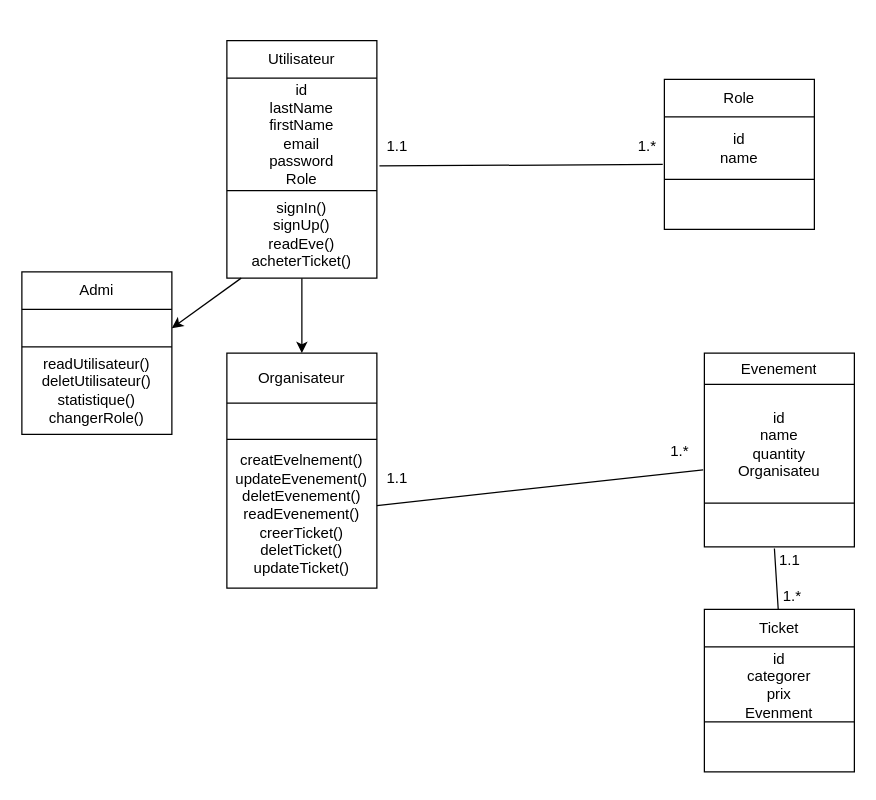
Before: uml/DiagramDeClass.drawio in Bilal-EZ-ZAIM/You-Event-, a draw.io diagram. Source tidied: cells renumbered, new cells numbered last; positions are measured from the earlier drawing's top-left corner, leaving out a move shared by most shapes. Both pictures are drawn from the tidied source at 125%, with x=0, y=0 at pixel (21, 40).
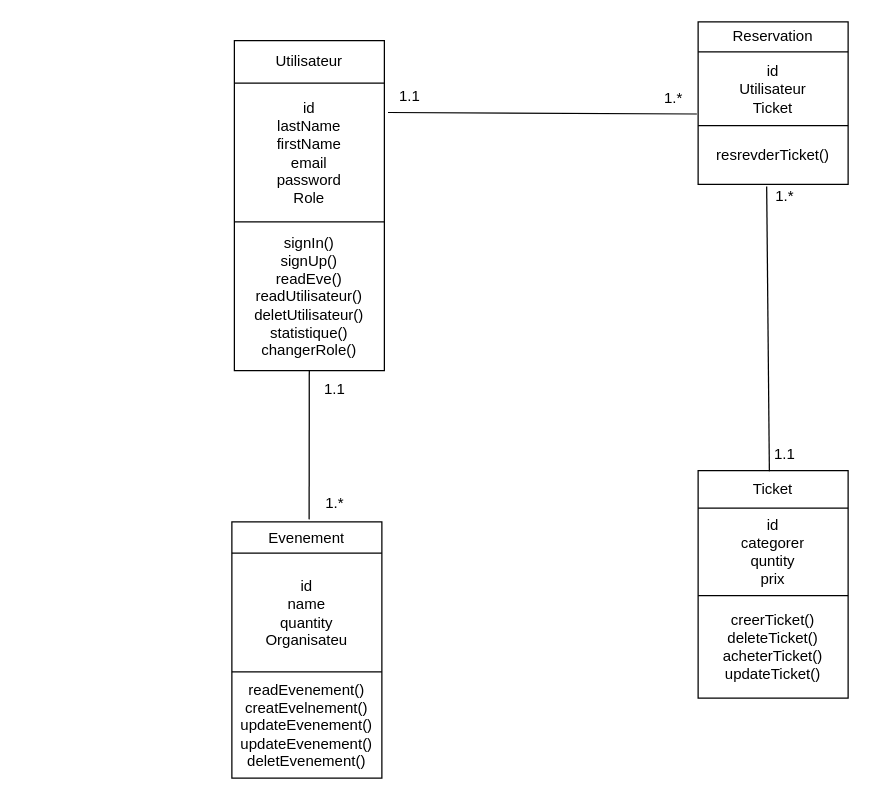
After the change.

Commit message:
modification de diagramme de class

The change refers to these unchanged cells:
```xml
<mxCell id="18" style="shape=tableRow;horizontal=0;startSize=0;swimlaneHead=0;swimlaneBody=0;top=0;left=0;bottom=0;right=0;fillColor=none;points=[[0,0.5],[1,0.5]];portConstraint=eastwest;" parent="17" vertex="1">
  <mxGeometry width="120" height="30" as="geometry" />
</mxCell>
<mxCell id="25" style="shape=tableRow;horizontal=0;startSize=0;swimlaneHead=0;swimlaneBody=0;top=0;left=0;bottom=0;right=0;fillColor=none;points=[[0,0.5],[1,0.5]];portConstraint=eastwest;" parent="24" vertex="1">
  <mxGeometry width="120" height="25" as="geometry" />
</mxCell>
<mxCell id="27" style="shape=tableRow;horizontal=0;startSize=0;swimlaneHead=0;swimlaneBody=0;top=0;left=0;bottom=0;right=0;fillColor=none;points=[[0,0.5],[1,0.5]];portConstraint=eastwest;" parent="24" vertex="1">
  <mxGeometry y="25" width="120" height="95" as="geometry" />
</mxCell>
```

What changed in the source:
```diff
@@
-    <mxCell id="2" style="edgeStyle=none;html=1;" parent="1" edge="1" source="3" target="11">
-      <mxGeometry relative="1" as="geometry" />
-    </mxCell>
     <mxCell id="3" style="shape=table;startSize=0;childLayout=tableLayout;" parent="1" vertex="1">
-      <mxGeometry x="164" width="120" height="190" as="geometry" />
+      <mxGeometry x="170" width="120" height="264" as="geometry" />
     </mxCell>
     <mxCell id="4" style="shape=tableRow;horizontal=0;startSize=0;swimlaneHead=0;swimlaneBody=0;top=0;left=0;bottom=0;right=0;fillColor=none;" parent="3" vertex="1">
-      <mxGeometry width="120" height="30" as="geometry" />
+      <mxGeometry width="120" height="34" as="geometry" />
     </mxCell>
     <mxCell id="5" value="Utilisateur" style="shape=partialRectangle;html=1;whiteSpace=wrap;overflow=hidden;fillColor=none;top=0;left=0;bottom=0;right=0;" parent="4" vertex="1">
-      <mxGeometry width="120" height="30" as="geometry" />
+      <mxGeometry width="120" height="34" as="geometry" />
     </mxCell>
     <mxCell id="6" style="shape=tableRow;horizontal=0;startSize=0;swimlaneHead=0;swimlaneBody=0;top=0;left=0;bottom=0;right=0;fillColor=none;points=[[0,0.5],[1,0.5]];portConstraint=eastwest;" parent="3" vertex="1">
-      <mxGeometry y="30" width="120" height="90" as="geometry" />
+      <mxGeometry y="34" width="120" height="111" as="geometry" />
     </mxCell>
-    <mxCell id="7" value="id&lt;br&gt;lastName&lt;br&gt;firstName&lt;br&gt;email&lt;br&gt;password&lt;br&gt;Role" style="shape=partialRectangle;html=1;whiteSpace=wrap;overflow=hidden;fillColor=none;top=0;left=0;bottom=0;right=0;" parent="6" vertex="1">
-      <mxGeometry width="120" height="90" as="geometry" />
+    <mxCell id="7" value="id&lt;br&gt;lastName&lt;br&gt;firstName&lt;br&gt;email&lt;br&gt;password&lt;br&gt;Role&lt;br&gt;" style="shape=partialRectangle;html=1;whiteSpace=wrap;overflow=hidden;fillColor=none;top=0;left=0;bottom=0;right=0;" parent="6" vertex="1">
+      <mxGeometry width="120" height="111" as="geometry" />
     </mxCell>
     <mxCell id="8" style="shape=tableRow;horizontal=0;startSize=0;swimlaneHead=0;swimlaneBody=0;top=0;left=0;bottom=0;right=0;fillColor=none;points=[[0,0.5],[1,0.5]];portConstraint=eastwest;" parent="3" vertex="1">
-      <mxGeometry y="120" width="120" height="70" as="geometry" />
+      <mxGeometry y="145" width="120" height="119" as="geometry" />
     </mxCell>
-    <mxCell id="9" value="signIn()&lt;br&gt;signUp()&lt;br&gt;readEve()&lt;br&gt;acheterTicket()" style="shape=partialRectangle;html=1;whiteSpace=wrap;overflow=hidden;fillColor=none;top=0;left=0;bottom=0;right=0;" parent="8" vertex="1">
-      <mxGeometry width="120" height="70" as="geometry" />
+    <mxCell id="9" value="signIn()&lt;br&gt;signUp()&lt;br&gt;readEve()&lt;br&gt;readUtilisateur()&lt;br&gt;deletUtilisateur()&lt;br&gt;statistique()&lt;br&gt;changerRole()" style="shape=partialRectangle;html=1;whiteSpace=wrap;overflow=hidden;fillColor=none;top=0;left=0;bottom=0;right=0;" parent="8" vertex="1">
+      <mxGeometry width="120" height="119" as="geometry" />
     </mxCell>
-    <mxCell id="10" style="shape=table;startSize=0;childLayout=tableLayout;" parent="1" vertex="1">
-      <mxGeometry x="164" y="250" width="120" height="188" as="geometry" />
-    </mxCell>
-    <mxCell id="11" style="shape=tableRow;horizontal=0;startSize=0;swimlaneHead=0;swimlaneBody=0;top=0;left=0;bottom=0;right=0;fillColor=none;points=[[0,0.5],[1,0.5]];portConstraint=eastwest;" parent="10" vertex="1">
-      <mxGeometry width="120" height="40" as="geometry" />
-    </mxCell>
-    <mxCell id="12" value="Organisateur" style="shape=partialRectangle;html=1;whiteSpace=wrap;overflow=hidden;fillColor=none;top=0;left=0;bottom=0;right=0;" parent="11" vertex="1">
-      <mxGeometry width="120" height="40" as="geometry" />
-    </mxCell>
-    <mxCell id="13" style="shape=tableRow;horizontal=0;startSize=0;swimlaneHead=0;swimlaneBody=0;top=0;left=0;bottom=0;right=0;fillColor=none;" parent="10" vertex="1">
-      <mxGeometry y="40" width="120" height="29" as="geometry" />
-    </mxCell>
-    <mxCell id="14" style="shape=partialRectangle;html=1;whiteSpace=wrap;overflow=hidden;fillColor=none;top=0;left=0;bottom=0;right=0;" parent="13" vertex="1">
-      <mxGeometry width="120" height="29" as="geometry" />
-    </mxCell>
-    <mxCell id="15" style="shape=tableRow;horizontal=0;startSize=0;swimlaneHead=0;swimlaneBody=0;top=0;left=0;bottom=0;right=0;fillColor=none;points=[[0,0.5],[1,0.5]];portConstraint=eastwest;" parent="10" vertex="1">
-      <mxGeometry y="69" width="120" height="119" as="geometry" />
-    </mxCell>
-    <mxCell id="16" value="creatEvelnement()&lt;br&gt;updateEvenement()&lt;br&gt;deletEvenement()&lt;br&gt;readEvenement()&lt;br&gt;creerTicket()&lt;br&gt;deletTicket()&lt;br&gt;updateTicket()" style="shape=partialRectangle;html=1;whiteSpace=wrap;overflow=hidden;fillColor=none;top=0;left=0;bottom=0;right=0;" parent="15" vertex="1">
-      <mxGeometry width="120" height="119" as="geometry" />
-    </mxCell>
     <mxCell id="17" style="shape=table;startSize=0;childLayout=tableLayout;" parent="1" vertex="1">
-      <mxGeometry x="546" y="455" width="120" height="130" as="geometry" />
+      <mxGeometry x="541" y="344" width="120" height="182" as="geometry" />
     </mxCell>
@@
     <mxCell id="20" style="shape=tableRow;horizontal=0;startSize=0;swimlaneHead=0;swimlaneBody=0;top=0;left=0;bottom=0;right=0;fillColor=none;" parent="17" vertex="1">
-      <mxGeometry y="30" width="120" height="60" as="geometry" />
+      <mxGeometry y="30" width="120" height="70" as="geometry" />
     </mxCell>
-    <mxCell id="21" value="id&lt;br&gt;categorer&lt;br&gt;prix&lt;br&gt;Evenment" style="shape=partialRectangle;html=1;whiteSpace=wrap;overflow=hidden;fillColor=none;top=0;left=0;bottom=0;right=0;" parent="20" vertex="1">
-      <mxGeometry width="120" height="60" as="geometry" />
+    <mxCell id="21" value="id&lt;br&gt;categorer&lt;br&gt;quntity&lt;br&gt;prix" style="shape=partialRectangle;html=1;whiteSpace=wrap;overflow=hidden;fillColor=none;top=0;left=0;bottom=0;right=0;" parent="20" vertex="1">
+      <mxGeometry width="120" height="70" as="geometry" />
     </mxCell>
     <mxCell id="22" style="shape=tableRow;horizontal=0;startSize=0;swimlaneHead=0;swimlaneBody=0;top=0;left=0;bottom=0;right=0;fillColor=none;" parent="17" vertex="1">
-      <mxGeometry y="90" width="120" height="40" as="geometry" />
+      <mxGeometry y="100" width="120" height="82" as="geometry" />
     </mxCell>
-    <mxCell id="23" style="shape=partialRectangle;html=1;whiteSpace=wrap;overflow=hidden;fillColor=none;top=0;left=0;bottom=0;right=0;" parent="22" vertex="1">
-      <mxGeometry width="120" height="40" as="geometry" />
+    <mxCell id="23" value="creerTicket()&lt;br&gt;deleteTicket()&lt;br&gt;acheterTicket()&lt;br&gt;updateTicket()" style="shape=partialRectangle;html=1;whiteSpace=wrap;overflow=hidden;fillColor=none;top=0;left=0;bottom=0;right=0;" parent="22" vertex="1">
+      <mxGeometry width="120" height="82" as="geometry" />
     </mxCell>
     <mxCell id="24" style="shape=table;startSize=0;childLayout=tableLayout;" parent="1" vertex="1">
-      <mxGeometry x="546" y="250" width="120" height="155" as="geometry" />
+      <mxGeometry x="168" y="385" width="120" height="205" as="geometry" />
     </mxCell>
@@
     <mxCell id="29" style="shape=tableRow;horizontal=0;startSize=0;swimlaneHead=0;swimlaneBody=0;top=0;left=0;bottom=0;right=0;fillColor=none;points=[[0,0.5],[1,0.5]];portConstraint=eastwest;" parent="24" vertex="1">
-      <mxGeometry y="120" width="120" height="35" as="geometry" />
+      <mxGeometry y="120" width="120" height="85" as="geometry" />
     </mxCell>
-    <mxCell id="30" style="shape=partialRectangle;html=1;whiteSpace=wrap;overflow=hidden;fillColor=none;top=0;left=0;bottom=0;right=0;" parent="29" vertex="1">
-      <mxGeometry width="120" height="35" as="geometry" />
+    <mxCell id="30" value="readEvenement()&lt;br&gt;creatEvelnement()&lt;br&gt;updateEvenement()&lt;br&gt;updateEvenement()&lt;br&gt;deletEvenement()" style="shape=partialRectangle;html=1;whiteSpace=wrap;overflow=hidden;fillColor=none;top=0;left=0;bottom=0;right=0;" parent="29" vertex="1">
+      <mxGeometry width="120" height="85" as="geometry" />
     </mxCell>
-    <mxCell id="31" style="shape=table;startSize=0;childLayout=tableLayout;" parent="1" vertex="1">
-      <mxGeometry y="185" width="120" height="130" as="geometry" />
-    </mxCell>
-    <mxCell id="32" style="shape=tableRow;horizontal=0;startSize=0;swimlaneHead=0;swimlaneBody=0;top=0;left=0;bottom=0;right=0;fillColor=none;" parent="31" vertex="1">
-      <mxGeometry width="120" height="30" as="geometry" />
-    </mxCell>
-    <mxCell id="33" value="Admi" style="shape=partialRectangle;html=1;whiteSpace=wrap;overflow=hidden;fillColor=none;top=0;left=0;bottom=0;right=0;" parent="32" vertex="1">
-      <mxGeometry width="120" height="30" as="geometry" />
-    </mxCell>
-    <mxCell id="34" style="shape=tableRow;horizontal=0;startSize=0;swimlaneHead=0;swimlaneBody=0;top=0;left=0;bottom=0;right=0;fillColor=none;points=[[0,0.5],[1,0.5]];portConstraint=eastwest;" parent="31" vertex="1">
-      <mxGeometry y="30" width="120" height="30" as="geometry" />
-    </mxCell>
-    <mxCell id="35" style="shape=partialRectangle;html=1;whiteSpace=wrap;overflow=hidden;fillColor=none;top=0;left=0;bottom=0;right=0;" parent="34" vertex="1">
-      <mxGeometry width="120" height="30" as="geometry" />
-    </mxCell>
-    <mxCell id="36" style="shape=tableRow;horizontal=0;startSize=0;swimlaneHead=0;swimlaneBody=0;top=0;left=0;bottom=0;right=0;fillColor=none;" parent="31" vertex="1">
-      <mxGeometry y="60" width="120" height="70" as="geometry" />
-    </mxCell>
-    <mxCell id="37" value="readUtilisateur()&lt;br&gt;deletUtilisateur()&lt;br&gt;statistique()&lt;br&gt;changerRole()" style="shape=partialRectangle;html=1;whiteSpace=wrap;overflow=hidden;fillColor=none;top=0;left=0;bottom=0;right=0;" parent="36" vertex="1">
-      <mxGeometry width="120" height="70" as="geometry" />
-    </mxCell>
-    <mxCell id="38" style="edgeStyle=none;html=1;entryX=1;entryY=0.5;entryDx=0;entryDy=0;" parent="1" edge="1" source="8" target="34">
-      <mxGeometry relative="1" as="geometry" />
-    </mxCell>
-    <mxCell id="39" style="endArrow=none;html=1;entryX=-0.008;entryY=0.719;entryDx=0;entryDy=0;entryPerimeter=0;" parent="1" edge="1" source="15" target="27">
+    <mxCell id="39" style="endArrow=none;html=1;entryX=0.515;entryY=-0.08;entryDx=0;entryDy=0;entryPerimeter=0;" parent="1" edge="1" source="8" target="25">
       <mxGeometry relative="1" as="geometry" />
     </mxCell>
     <mxCell id="40" value="1.1" style="text;html=1;align=center;verticalAlign=middle;strokeColor=none;fillColor=none;" parent="1" vertex="1">
-      <mxGeometry x="280" y="335" width="40" height="30" as="geometry" />
+      <mxGeometry x="230" y="264" width="40" height="30" as="geometry" />
     </mxCell>
     <mxCell id="41" value="1.*" style="text;html=1;align=center;verticalAlign=middle;strokeColor=none;fillColor=none;" parent="1" vertex="1">
-      <mxGeometry x="506" y="314" width="40" height="30" as="geometry" />
+      <mxGeometry x="230" y="355" width="40" height="30" as="geometry" />
     </mxCell>
-    <mxCell id="42" style="shape=table;startSize=0;childLayout=tableLayout;" parent="1" vertex="1">
-      <mxGeometry x="514" y="31" width="120" height="120" as="geometry" />
-    </mxCell>
-    <mxCell id="43" style="shape=tableRow;horizontal=0;startSize=0;swimlaneHead=0;swimlaneBody=0;top=0;left=0;bottom=0;right=0;fillColor=none;" parent="42" vertex="1">
-      <mxGeometry width="120" height="30" as="geometry" />
-    </mxCell>
-    <mxCell id="44" value="Role" style="shape=partialRectangle;html=1;whiteSpace=wrap;overflow=hidden;fillColor=none;top=0;left=0;bottom=0;right=0;" parent="43" vertex="1">
-      <mxGeometry width="120" height="30" as="geometry" />
-    </mxCell>
-    <mxCell id="45" style="shape=tableRow;horizontal=0;startSize=0;swimlaneHead=0;swimlaneBody=0;top=0;left=0;bottom=0;right=0;fillColor=none;points=[[0,0.5],[1,0.5]];portConstraint=eastwest;" parent="42" vertex="1">
-      <mxGeometry y="30" width="120" height="50" as="geometry" />
-    </mxCell>
-    <mxCell id="46" value="id&lt;br&gt;name" style="shape=partialRectangle;html=1;whiteSpace=wrap;overflow=hidden;fillColor=none;top=0;left=0;bottom=0;right=0;" parent="45" vertex="1">
-      <mxGeometry width="120" height="50" as="geometry" />
-    </mxCell>
-    <mxCell id="47" style="shape=tableRow;horizontal=0;startSize=0;swimlaneHead=0;swimlaneBody=0;top=0;left=0;bottom=0;right=0;fillColor=none;" parent="42" vertex="1">
-      <mxGeometry y="80" width="120" height="40" as="geometry" />
-    </mxCell>
-    <mxCell id="48" style="shape=partialRectangle;html=1;whiteSpace=wrap;overflow=hidden;fillColor=none;top=0;left=0;bottom=0;right=0;" parent="47" vertex="1">
-      <mxGeometry width="120" height="40" as="geometry" />
-    </mxCell>
-    <mxCell id="49" style="endArrow=none;html=1;entryX=0.467;entryY=1.038;entryDx=0;entryDy=0;entryPerimeter=0;" parent="1" edge="1" source="18" target="29">
-      <mxGeometry relative="1" as="geometry" />
-    </mxCell>
-    <mxCell id="50" value="1.1" style="text;html=1;align=center;verticalAlign=middle;strokeColor=none;fillColor=none;" parent="1" vertex="1">
-      <mxGeometry x="594" y="401" width="40" height="30" as="geometry" />
-    </mxCell>
-    <mxCell id="51" value="1.*" style="text;html=1;align=center;verticalAlign=middle;strokeColor=none;fillColor=none;" parent="1" vertex="1">
-      <mxGeometry x="596" y="430" width="40" height="30" as="geometry" />
-    </mxCell>
-    <mxCell id="52" style="endArrow=none;html=1;exitX=-0.011;exitY=0.76;exitDx=0;exitDy=0;exitPerimeter=0;entryX=1.017;entryY=0.781;entryDx=0;entryDy=0;entryPerimeter=0;" parent="1" edge="1" source="45" target="6">
-      <mxGeometry relative="1" as="geometry" />
-    </mxCell>
-    <mxCell id="53" value="1.*" style="text;html=1;align=center;verticalAlign=middle;strokeColor=none;fillColor=none;" parent="1" vertex="1">
-      <mxGeometry x="480" y="70" width="40" height="30" as="geometry" />
-    </mxCell>
-    <mxCell id="54" value="1.1" style="text;html=1;align=center;verticalAlign=middle;strokeColor=none;fillColor=none;" parent="1" vertex="1">
-      <mxGeometry x="280" y="70" width="40" height="30" as="geometry" />
-    </mxCell>
+    <mxCell id="55" value="1.1" style="text;html=1;align=center;verticalAlign=middle;strokeColor=none;fillColor=none;" parent="1" vertex="1">
+      <mxGeometry x="290" y="30" width="40" height="30" as="geometry" />
+    </mxCell>
+    <mxCell id="56" value="1.*" style="text;html=1;align=center;verticalAlign=middle;strokeColor=none;fillColor=none;" parent="1" vertex="1">
+      <mxGeometry x="501" y="31" width="40" height="30" as="geometry" />
+    </mxCell>
+    <mxCell id="57" style="shape=table;startSize=0;childLayout=tableLayout;" parent="1" vertex="1">
+      <mxGeometry x="541" y="-15" width="120" height="130" as="geometry" />
+    </mxCell>
+    <mxCell id="58" style="shape=tableRow;horizontal=0;startSize=0;swimlaneHead=0;swimlaneBody=0;top=0;left=0;bottom=0;right=0;fillColor=none;" parent="57" vertex="1">
+      <mxGeometry width="120" height="24" as="geometry" />
+    </mxCell>
+    <mxCell id="59" value="Reservation" style="shape=partialRectangle;html=1;whiteSpace=wrap;overflow=hidden;fillColor=none;top=0;left=0;bottom=0;right=0;" parent="58" vertex="1">
+      <mxGeometry width="120" height="24" as="geometry" />
+    </mxCell>
+    <mxCell id="60" style="shape=tableRow;horizontal=0;startSize=0;swimlaneHead=0;swimlaneBody=0;top=0;left=0;bottom=0;right=0;fillColor=none;" parent="57" vertex="1">
+      <mxGeometry y="24" width="120" height="59" as="geometry" />
+    </mxCell>
+    <mxCell id="61" value="id&lt;br&gt;Utilisateur&lt;br&gt;Ticket" style="shape=partialRectangle;html=1;whiteSpace=wrap;overflow=hidden;fillColor=none;top=0;left=0;bottom=0;right=0;" parent="60" vertex="1">
+      <mxGeometry width="120" height="59" as="geometry" />
+    </mxCell>
+    <mxCell id="62" style="shape=tableRow;horizontal=0;startSize=0;swimlaneHead=0;swimlaneBody=0;top=0;left=0;bottom=0;right=0;fillColor=none;points=[[0,0.5],[1,0.5]];portConstraint=eastwest;" parent="57" vertex="1">
+      <mxGeometry y="83" width="120" height="47" as="geometry" />
+    </mxCell>
+    <mxCell id="63" value="resrevderTicket()" style="shape=partialRectangle;html=1;whiteSpace=wrap;overflow=hidden;fillColor=none;top=0;left=0;bottom=0;right=0;" parent="62" vertex="1">
+      <mxGeometry width="120" height="47" as="geometry" />
+    </mxCell>
+    <mxCell id="64" style="endArrow=none;html=1;exitX=1.024;exitY=0.212;exitDx=0;exitDy=0;exitPerimeter=0;" parent="1" edge="1">
+      <mxGeometry relative="1" as="geometry">
+        <mxPoint x="292.9" y="57.5" as="sourcePoint" />
+        <mxPoint x="540" y="58.7" as="targetPoint" />
+      </mxGeometry>
+    </mxCell>
+    <mxCell id="65" style="endArrow=none;html=1;entryX=0.475;entryY=0.016;entryDx=0;entryDy=0;entryPerimeter=0;exitX=0.457;exitY=1.035;exitDx=0;exitDy=0;exitPerimeter=0;" parent="1" edge="1" source="62" target="18">
+      <mxGeometry relative="1" as="geometry" />
+    </mxCell>
+    <mxCell id="66" value="1.*" style="text;html=1;align=center;verticalAlign=middle;strokeColor=none;fillColor=none;" parent="1" vertex="1">
+      <mxGeometry x="590" y="110" width="40" height="30" as="geometry" />
+    </mxCell>
+    <mxCell id="67" value="1.1" style="text;html=1;align=center;verticalAlign=middle;strokeColor=none;fillColor=none;" parent="1" vertex="1">
+      <mxGeometry x="590" y="316" width="40" height="30" as="geometry" />
+    </mxCell>
```
